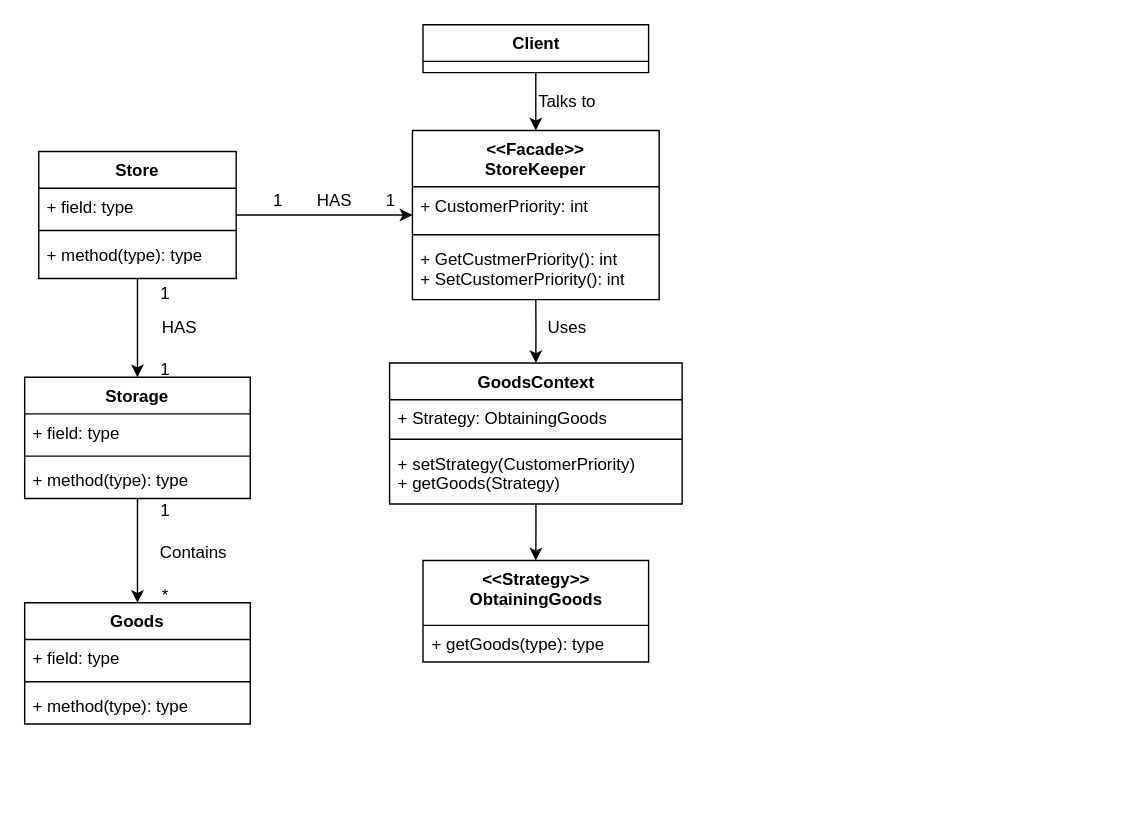
Above: A4.drawio in critschris/COMP-354 (draw.io), before the change. Source tidied: cells renumbered, new cells numbered last; positions are measured from the earlier drawing's top-left corner, leaving out a move shared by most shapes. Both pictures are drawn from the tidied source at 141%, with x=0, y=0 at pixel (24, 24).
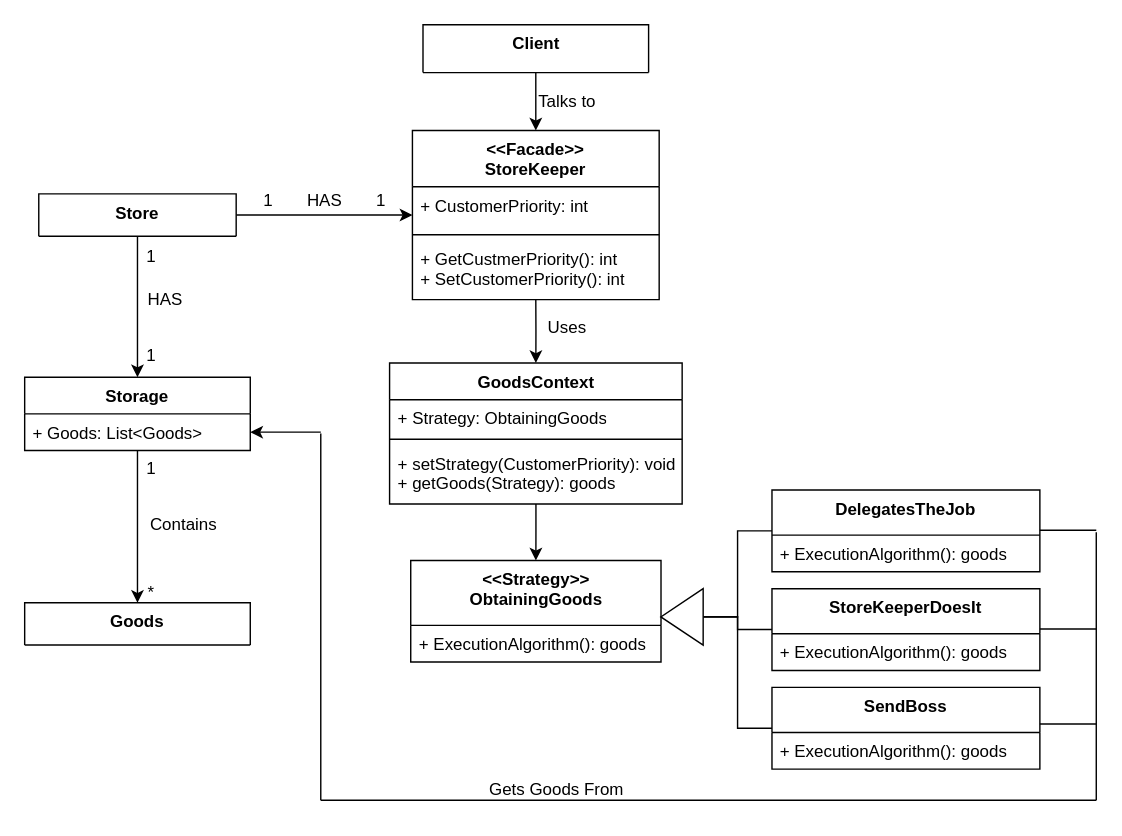
Above is the later version.

The change refers to these unchanged cells:
```xml
<mxCell id="38" value="GoodsContext" style="swimlane;fontStyle=1;align=center;verticalAlign=top;horizontal=1;startSize=26;whiteSpace=wrap;html=1;" parent="1" vertex="1">
  <mxGeometry x="258.8" y="240" width="207.5" height="100" as="geometry" />
</mxCell>
```

The edit, as a diff of the source:
```diff
@@
-    <mxCell id="7" value="Client" style="swimlane;fontStyle=1;align=center;verticalAlign=top;horizontal=1;startSize=26;whiteSpace=wrap;html=1;" parent="1" vertex="1">
+    <mxCell id="7" value="Client" style="swimlane;fontStyle=1;align=center;verticalAlign=top;horizontal=1;startSize=34;whiteSpace=wrap;html=1;" parent="1" vertex="1">
       <mxGeometry x="282.5" width="160" height="34" as="geometry" />
     </mxCell>
@@
-    <mxCell id="10" value="Store" style="swimlane;fontStyle=1;align=center;verticalAlign=top;horizontal=1;startSize=26;whiteSpace=wrap;html=1;" parent="1" vertex="1">
-      <mxGeometry x="10" y="90" width="140" height="90" as="geometry" />
+    <mxCell id="10" value="Store" style="swimlane;fontStyle=1;align=center;verticalAlign=top;horizontal=1;startSize=30;whiteSpace=wrap;html=1;" parent="1" vertex="1">
+      <mxGeometry x="10" y="120" width="140" height="30" as="geometry" />
     </mxCell>
-    <mxCell id="11" value="+ field: type" style="text;strokeColor=none;fillColor=none;align=left;verticalAlign=top;spacingLeft=4;spacingRight=4;overflow=hidden;whiteSpace=wrap;html=1;" parent="10" vertex="1">
-      <mxGeometry y="26" width="140" height="26" as="geometry" />
-    </mxCell>
-    <mxCell id="12" style="line;strokeWidth=1;fillColor=none;align=left;verticalAlign=middle;spacingTop=-1;spacingLeft=3;spacingRight=3;labelPosition=right;strokeColor=inherit;" parent="10" vertex="1">
-      <mxGeometry y="52" width="140" height="8" as="geometry" />
-    </mxCell>
-    <mxCell id="13" value="+ method(type): type" style="text;strokeColor=none;fillColor=none;align=left;verticalAlign=top;spacingLeft=4;spacingRight=4;overflow=hidden;whiteSpace=wrap;html=1;" parent="10" vertex="1">
-      <mxGeometry y="60" width="140" height="30" as="geometry" />
-    </mxCell>
@@
     <mxCell id="15" value="Storage" style="swimlane;fontStyle=1;align=center;verticalAlign=top;horizontal=1;startSize=26;whiteSpace=wrap;html=1;" parent="1" vertex="1">
-      <mxGeometry y="250" width="160" height="86" as="geometry" />
+      <mxGeometry y="250" width="160" height="52" as="geometry" />
     </mxCell>
+    <mxCell id="43" style="edgeStyle=orthogonalEdgeStyle;rounded=0;jettySize=auto;html=1;endArrow=none;startFill=1;startArrow=classic;" parent="15" edge="1" source="16">
+      <mxGeometry relative="1" as="geometry">
+        <mxPoint x="210" y="39" as="targetPoint" />
+      </mxGeometry>
+    </mxCell>
-    <mxCell id="16" value="+ field: type" style="text;strokeColor=none;fillColor=none;align=left;verticalAlign=top;spacingLeft=4;spacingRight=4;overflow=hidden;points=[[0,0.5],[1,0.5]];portConstraint=eastwest;whiteSpace=wrap;html=1;" parent="15" vertex="1">
+    <mxCell id="16" value="+ Goods: List&amp;lt;Goods&amp;gt;" style="text;strokeColor=none;fillColor=none;align=left;verticalAlign=top;spacingLeft=4;spacingRight=4;overflow=hidden;points=[[0,0.5],[1,0.5]];portConstraint=eastwest;whiteSpace=wrap;html=1;" parent="15" vertex="1">
       <mxGeometry y="26" width="160" height="26" as="geometry" />
     </mxCell>
-    <mxCell id="17" style="line;strokeWidth=1;fillColor=none;align=left;verticalAlign=middle;spacingTop=-1;spacingLeft=3;spacingRight=3;labelPosition=right;strokeColor=inherit;" parent="15" vertex="1">
-      <mxGeometry y="52" width="160" height="8" as="geometry" />
-    </mxCell>
-    <mxCell id="18" value="+ method(type): type" style="text;strokeColor=none;fillColor=none;align=left;verticalAlign=top;spacingLeft=4;spacingRight=4;overflow=hidden;whiteSpace=wrap;html=1;" parent="15" vertex="1">
-      <mxGeometry y="60" width="160" height="26" as="geometry" />
-    </mxCell>
     <mxCell id="19" style="group;" parent="1" vertex="1">
-      <mxGeometry x="150" y="110" width="140" height="30" as="geometry" />
+      <mxGeometry x="142.5" y="110" width="140" height="30" as="geometry" />
     </mxCell>
@@
     <mxCell id="23" value="1" style="text;html=1;align=center;verticalAlign=middle;whiteSpace=wrap;rounded=0;" parent="1" vertex="1">
-      <mxGeometry x="70" y="176" width="60" height="30" as="geometry" />
+      <mxGeometry x="60" y="150" width="60" height="30" as="geometry" />
     </mxCell>
     <mxCell id="24" value="1" style="text;html=1;align=center;verticalAlign=middle;whiteSpace=wrap;rounded=0;" parent="1" vertex="1">
-      <mxGeometry x="70" y="230" width="60" height="30" as="geometry" />
+      <mxGeometry x="60" y="220" width="60" height="30" as="geometry" />
     </mxCell>
     <mxCell id="25" value="HAS" style="text;html=1;align=center;verticalAlign=middle;whiteSpace=wrap;rounded=0;" parent="1" vertex="1">
-      <mxGeometry x="80" y="200" width="60" height="30" as="geometry" />
+      <mxGeometry x="70" y="180" width="60" height="30" as="geometry" />
     </mxCell>
-    <mxCell id="26" value="Goods" style="swimlane;fontStyle=1;align=center;verticalAlign=top;horizontal=1;startSize=26;whiteSpace=wrap;html=1;" parent="1" vertex="1">
-      <mxGeometry y="410" width="160" height="86" as="geometry" />
+    <mxCell id="26" value="Goods" style="swimlane;fontStyle=1;align=center;verticalAlign=top;horizontal=1;startSize=30;whiteSpace=wrap;html=1;" parent="1" vertex="1">
+      <mxGeometry y="410" width="160" height="30" as="geometry" />
     </mxCell>
-    <mxCell id="27" value="+ field: type" style="text;strokeColor=none;fillColor=none;align=left;verticalAlign=top;spacingLeft=4;spacingRight=4;overflow=hidden;whiteSpace=wrap;html=1;" parent="26" vertex="1">
-      <mxGeometry y="26" width="160" height="26" as="geometry" />
-    </mxCell>
-    <mxCell id="28" style="line;strokeWidth=1;fillColor=none;align=left;verticalAlign=middle;spacingTop=-1;spacingLeft=3;spacingRight=3;labelPosition=right;strokeColor=inherit;" parent="26" vertex="1">
-      <mxGeometry y="52" width="160" height="8" as="geometry" />
-    </mxCell>
-    <mxCell id="29" value="+ method(type): type" style="text;strokeColor=none;fillColor=none;align=left;verticalAlign=top;spacingLeft=4;spacingRight=4;overflow=hidden;whiteSpace=wrap;html=1;" parent="26" vertex="1">
-      <mxGeometry y="60" width="160" height="26" as="geometry" />
-    </mxCell>
     <mxCell id="30" value="1" style="text;html=1;align=center;verticalAlign=middle;whiteSpace=wrap;rounded=0;" parent="1" vertex="1">
-      <mxGeometry x="70" y="330" width="60" height="30" as="geometry" />
+      <mxGeometry x="60" y="300" width="60" height="30" as="geometry" />
     </mxCell>
     <mxCell id="31" value="Contains" style="text;html=1;align=center;verticalAlign=middle;whiteSpace=wrap;rounded=0;" parent="1" vertex="1">
-      <mxGeometry x="90" y="360" width="60" height="30" as="geometry" />
+      <mxGeometry x="82.5" y="340" width="60" height="30" as="geometry" />
     </mxCell>
     <mxCell id="32" value="*" style="text;html=1;align=center;verticalAlign=middle;whiteSpace=wrap;rounded=0;" parent="1" vertex="1">
-      <mxGeometry x="70" y="390" width="60" height="30" as="geometry" />
+      <mxGeometry x="60" y="388" width="60" height="30" as="geometry" />
     </mxCell>
@@
     <mxCell id="34" value="&lt;div&gt;&amp;lt;&amp;lt;Strategy&amp;gt;&amp;gt;&lt;/div&gt;ObtainingGoods" style="swimlane;fontStyle=1;align=center;verticalAlign=top;horizontal=1;startSize=46;whiteSpace=wrap;html=1;" parent="1" vertex="1">
-      <mxGeometry x="282.5" y="380" width="160" height="72" as="geometry" />
+      <mxGeometry x="273.8" y="380" width="177.5" height="72" as="geometry" />
     </mxCell>
-    <mxCell id="35" value="+ getGoods(type): type" style="text;strokeColor=none;fillColor=none;align=left;verticalAlign=top;spacingLeft=4;spacingRight=4;overflow=hidden;whiteSpace=wrap;html=1;" parent="34" vertex="1">
-      <mxGeometry y="46" width="160" height="26" as="geometry" />
+    <mxCell id="35" value="+ ExecutionAlgorithm(): goods" style="text;strokeColor=none;fillColor=none;align=left;verticalAlign=top;spacingLeft=4;spacingRight=4;overflow=hidden;whiteSpace=wrap;html=1;" parent="34" vertex="1">
+      <mxGeometry y="46" width="177.5" height="26" as="geometry" />
     </mxCell>
@@
-    <mxCell id="41" value="+ setStrategy(CustomerPriority)&lt;div&gt;+ getGoods(Strategy)&lt;/div&gt;" style="text;strokeColor=none;fillColor=none;align=left;verticalAlign=top;spacingLeft=4;spacingRight=4;overflow=hidden;whiteSpace=wrap;html=1;" parent="38" vertex="1">
+    <mxCell id="41" value="+ setStrategy(CustomerPriority): void&lt;div&gt;+ getGoods(Strategy): goods&lt;/div&gt;" style="text;strokeColor=none;fillColor=none;align=left;verticalAlign=top;spacingLeft=4;spacingRight=4;overflow=hidden;whiteSpace=wrap;html=1;" parent="38" vertex="1">
       <mxGeometry y="58" width="207.5" height="42" as="geometry" />
     </mxCell>
@@
+    <mxCell id="44" style="edgeStyle=orthogonalEdgeStyle;rounded=0;jettySize=auto;html=1;entryX=0;entryY=0.5;entryDx=0;entryDy=0;endArrow=none;startFill=0;" parent="1" edge="1" source="45" target="53">
+      <mxGeometry relative="1" as="geometry" />
+    </mxCell>
+    <mxCell id="45" value="DelegatesTheJob" style="swimlane;fontStyle=1;align=center;verticalAlign=top;horizontal=1;startSize=32;whiteSpace=wrap;html=1;" parent="1" vertex="1">
+      <mxGeometry x="530" y="330" width="190" height="58" as="geometry" />
+    </mxCell>
+    <mxCell id="46" value="+ ExecutionAlgorithm(): goods" style="text;strokeColor=none;fillColor=none;align=left;verticalAlign=top;spacingLeft=4;spacingRight=4;overflow=hidden;whiteSpace=wrap;html=1;" parent="45" vertex="1">
+      <mxGeometry y="32" width="190" height="26" as="geometry" />
+    </mxCell>
+    <mxCell id="47" style="edgeStyle=orthogonalEdgeStyle;rounded=0;jettySize=auto;html=1;entryX=0;entryY=0.5;entryDx=0;entryDy=0;endArrow=none;startFill=0;" parent="1" edge="1" source="48" target="53">
+      <mxGeometry relative="1" as="geometry" />
+    </mxCell>
+    <mxCell id="48" value="StoreKeeperDoesIt" style="swimlane;fontStyle=1;align=center;verticalAlign=top;horizontal=1;startSize=32;whiteSpace=wrap;html=1;" parent="1" vertex="1">
+      <mxGeometry x="530" y="400" width="190" height="58" as="geometry" />
+    </mxCell>
+    <mxCell id="49" value="+ ExecutionAlgorithm(): goods" style="text;strokeColor=none;fillColor=none;align=left;verticalAlign=top;spacingLeft=4;spacingRight=4;overflow=hidden;whiteSpace=wrap;html=1;" parent="48" vertex="1">
+      <mxGeometry y="32" width="190" height="26" as="geometry" />
+    </mxCell>
+    <mxCell id="50" style="edgeStyle=orthogonalEdgeStyle;rounded=0;jettySize=auto;html=1;entryX=0;entryY=0.5;entryDx=0;entryDy=0;endArrow=none;startFill=0;" parent="1" edge="1" source="51" target="53">
+      <mxGeometry relative="1" as="geometry" />
+    </mxCell>
+    <mxCell id="51" value="SendBoss" style="swimlane;fontStyle=1;align=center;verticalAlign=top;horizontal=1;startSize=32;whiteSpace=wrap;html=1;" parent="1" vertex="1">
+      <mxGeometry x="530" y="470" width="190" height="58" as="geometry" />
+    </mxCell>
+    <mxCell id="52" value="+ ExecutionAlgorithm(): goods" style="text;strokeColor=none;fillColor=none;align=left;verticalAlign=top;spacingLeft=4;spacingRight=4;overflow=hidden;whiteSpace=wrap;html=1;" parent="51" vertex="1">
+      <mxGeometry y="32" width="190" height="26" as="geometry" />
+    </mxCell>
+    <mxCell id="53" style="triangle;whiteSpace=wrap;html=1;rotation=-180;" parent="1" vertex="1">
+      <mxGeometry x="451.2" y="400" width="30" height="40" as="geometry" />
+    </mxCell>
+    <mxCell id="54" style="endArrow=none;html=1;rounded=0;" parent="1" edge="1">
+      <mxGeometry relative="1" as="geometry">
+        <mxPoint x="720" y="358.6" as="sourcePoint" />
+        <mxPoint x="760" y="358.6" as="targetPoint" />
+      </mxGeometry>
+    </mxCell>
+    <mxCell id="55" style="endArrow=none;html=1;rounded=0;" parent="1" edge="1">
+      <mxGeometry relative="1" as="geometry">
+        <mxPoint x="720" y="428.6" as="sourcePoint" />
+        <mxPoint x="760" y="428.6" as="targetPoint" />
+      </mxGeometry>
+    </mxCell>
+    <mxCell id="56" style="endArrow=none;html=1;rounded=0;" parent="1" edge="1">
+      <mxGeometry relative="1" as="geometry">
+        <mxPoint x="720" y="496" as="sourcePoint" />
+        <mxPoint x="760" y="496" as="targetPoint" />
+      </mxGeometry>
+    </mxCell>
+    <mxCell id="57" style="endArrow=none;html=1;rounded=0;" parent="1" edge="1">
+      <mxGeometry relative="1" as="geometry">
+        <mxPoint x="760" y="550" as="sourcePoint" />
+        <mxPoint x="760" y="360" as="targetPoint" />
+      </mxGeometry>
+    </mxCell>
+    <mxCell id="58" style="endArrow=none;html=1;rounded=0;" parent="1" edge="1">
+      <mxGeometry relative="1" as="geometry">
+        <mxPoint x="210" y="550" as="sourcePoint" />
+        <mxPoint x="760" y="550" as="targetPoint" />
+      </mxGeometry>
+    </mxCell>
+    <mxCell id="59" value="Gets Goods From" style="text;html=1;align=center;verticalAlign=middle;whiteSpace=wrap;rounded=0;" parent="1" vertex="1">
+      <mxGeometry x="320" y="528" width="115" height="30" as="geometry" />
+    </mxCell>
+    <mxCell id="60" style="endArrow=none;html=1;rounded=0;" parent="1" edge="1">
+      <mxGeometry relative="1" as="geometry">
+        <mxPoint x="210" y="550" as="sourcePoint" />
+        <mxPoint x="210" y="290" as="targetPoint" />
+      </mxGeometry>
+    </mxCell>
```
